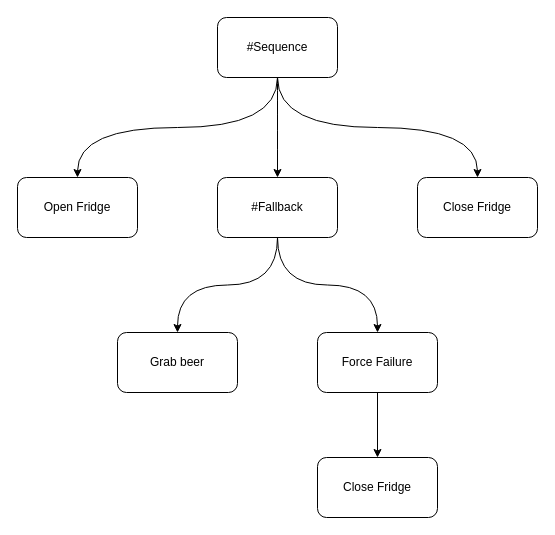
Above: tree.drawio in guitarvydas/behavior_tree_to_cpp (draw.io), before the change. Source tidied: cells renumbered, new cells numbered last; positions are measured from the earlier drawing's top-left corner, leaving out a move shared by most shapes. Both pictures are drawn from the tidied source at 100%, with x=0, y=0 at pixel (17, 17).
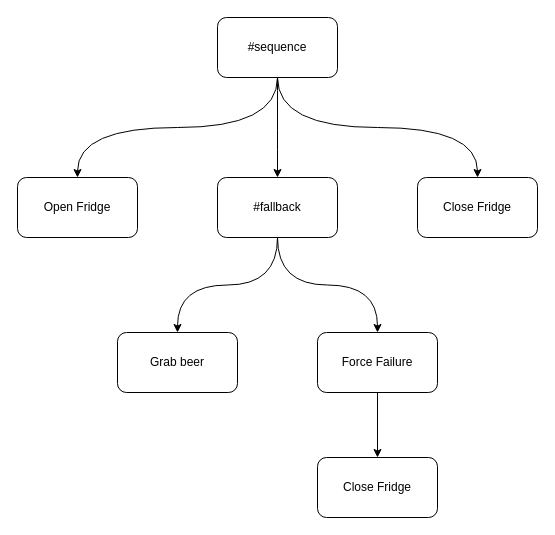
The same diagram, later.

The edit, as a diff of the source:
```diff
@@
 <mxGraphModel>
   <root>
     <mxCell id="0" />
     <mxCell id="1" parent="0" />
     <mxCell id="2" style="edgeStyle=orthogonalEdgeStyle;jettySize=auto;html=1;exitX=0.5;exitY=1;exitDx=0;exitDy=0;entryX=0.5;entryY=0;entryDx=0;entryDy=0;curved=1;" parent="1" edge="1" source="5" target="6">
       <mxGeometry relative="1" as="geometry" />
     </mxCell>
     <mxCell id="3" style="edgeStyle=orthogonalEdgeStyle;curved=1;jettySize=auto;html=1;exitX=0.5;exitY=1;exitDx=0;exitDy=0;entryX=0.5;entryY=0;entryDx=0;entryDy=0;" parent="1" edge="1" source="5" target="9">
       <mxGeometry relative="1" as="geometry" />
     </mxCell>
     <mxCell id="4" style="edgeStyle=orthogonalEdgeStyle;curved=1;jettySize=auto;html=1;exitX=0.5;exitY=1;exitDx=0;exitDy=0;entryX=0.5;entryY=0;entryDx=0;entryDy=0;" parent="1" edge="1" source="5" target="10">
       <mxGeometry relative="1" as="geometry" />
     </mxCell>
-    <mxCell id="5" value="#Sequence" style="rounded=1;whiteSpace=wrap;html=1;" parent="1" vertex="1">
+    <mxCell id="5" value="#sequence" style="rounded=1;whiteSpace=wrap;html=1;" parent="1" vertex="1">
       <mxGeometry x="200" width="120" height="60" as="geometry" />
     </mxCell>
     <mxCell id="6" value="Open Fridge" style="rounded=1;whiteSpace=wrap;html=1;" parent="1" vertex="1">
       <mxGeometry y="160" width="120" height="60" as="geometry" />
     </mxCell>
     <mxCell id="7" style="edgeStyle=orthogonalEdgeStyle;curved=1;jettySize=auto;html=1;exitX=0.5;exitY=1;exitDx=0;exitDy=0;" parent="1" edge="1" source="9" target="11">
       <mxGeometry relative="1" as="geometry" />
     </mxCell>
     <mxCell id="8" style="edgeStyle=orthogonalEdgeStyle;curved=1;jettySize=auto;html=1;exitX=0.5;exitY=1;exitDx=0;exitDy=0;" parent="1" edge="1" source="9" target="13">
       <mxGeometry relative="1" as="geometry" />
     </mxCell>
-    <mxCell id="9" value="#Fallback" style="rounded=1;whiteSpace=wrap;html=1;" parent="1" vertex="1">
+    <mxCell id="9" value="#fallback" style="rounded=1;whiteSpace=wrap;html=1;" parent="1" vertex="1">
       <mxGeometry x="200" y="160" width="120" height="60" as="geometry" />
     </mxCell>
     <mxCell id="10" value="Close Fridge" style="rounded=1;whiteSpace=wrap;html=1;" parent="1" vertex="1">
       <mxGeometry x="400" y="160" width="120" height="60" as="geometry" />
     </mxCell>
     <mxCell id="11" value="Grab beer" style="rounded=1;whiteSpace=wrap;html=1;" parent="1" vertex="1">
       <mxGeometry x="100" y="315" width="120" height="60" as="geometry" />
     </mxCell>
     <mxCell id="12" style="edgeStyle=orthogonalEdgeStyle;rounded=0;jettySize=auto;html=1;exitX=0.5;exitY=1;exitDx=0;exitDy=0;entryX=0.5;entryY=0;entryDx=0;entryDy=0;" parent="1" edge="1" source="13" target="14">
       <mxGeometry relative="1" as="geometry" />
     </mxCell>
     <mxCell id="13" value="Force Failure" style="rounded=1;whiteSpace=wrap;html=1;" parent="1" vertex="1">
       <mxGeometry x="300" y="315" width="120" height="60" as="geometry" />
     </mxCell>
     <mxCell id="14" value="Close Fridge" style="rounded=1;whiteSpace=wrap;html=1;" parent="1" vertex="1">
       <mxGeometry x="300" y="440" width="120" height="60" as="geometry" />
     </mxCell>
   </root>
 </mxGraphModel>
```
